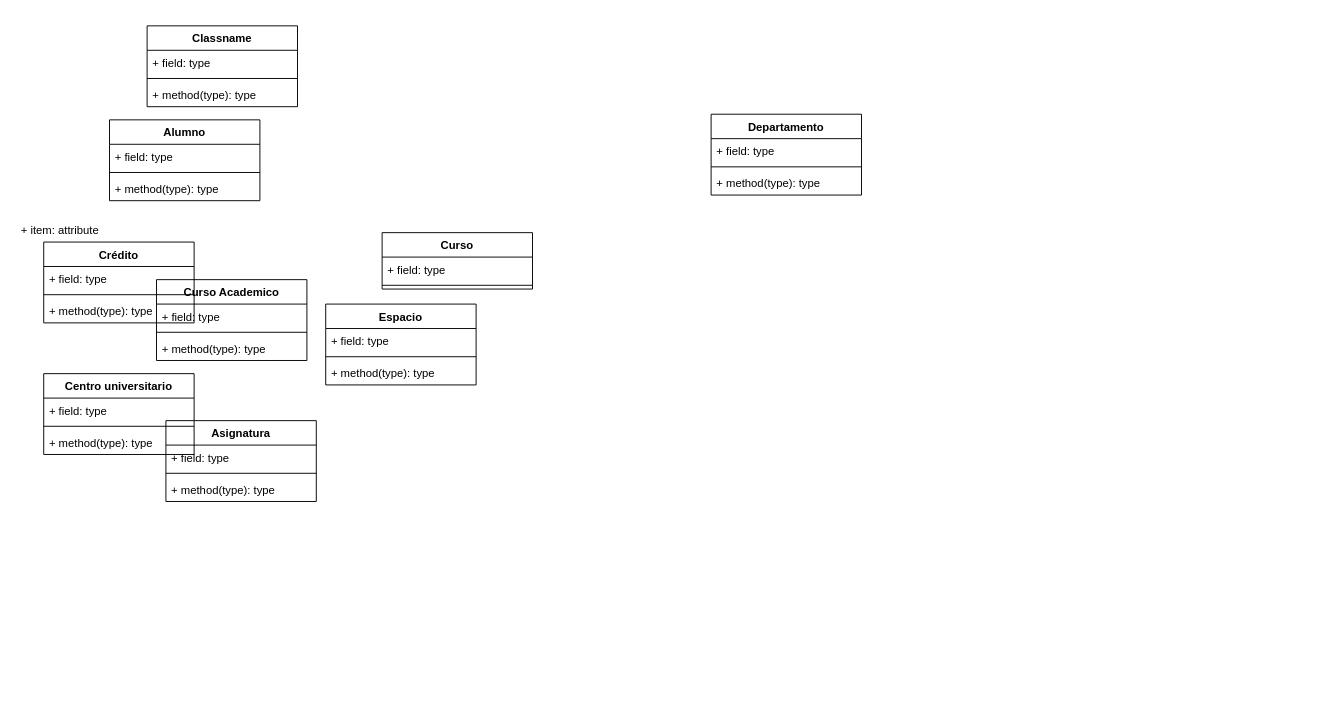
albertobemo7/Draw.io keeps this draw.io diagram as Untitled Diagram.drawio. Above is the earlier version. Source tidied: cells renumbered, new cells numbered last; positions are measured from the earlier drawing's top-left corner, leaving out a move shared by most shapes. Both pictures are drawn from the tidied source at 94%, with x=0, y=0 at pixel (15, 25).
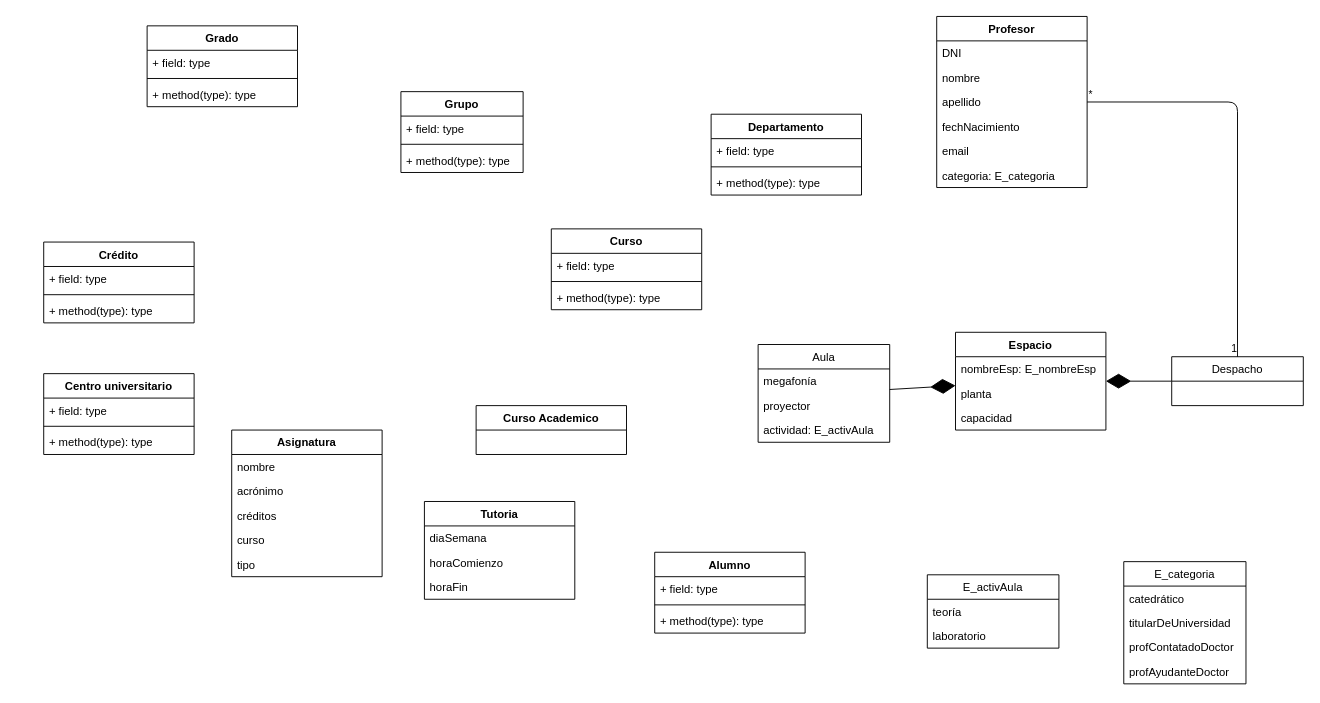
The same diagram, later.

Commit message:
E1-ISSI-1_albbenmor

Change to the diagram source:
```diff
@@
     <mxCell id="2" value="Alumno" style="swimlane;fontStyle=1;align=center;verticalAlign=top;horizontal=1;startSize=26;" parent="1" vertex="1">
-      <mxGeometry x="100" y="100" width="160" height="86" as="geometry" />
+      <mxGeometry x="680" y="560" width="160" height="86" as="geometry" />
     </mxCell>
@@
     <mxCell id="6" value="Curso Academico" style="swimlane;fontStyle=1;align=center;verticalAlign=top;horizontal=1;startSize=26;" parent="1" vertex="1">
-      <mxGeometry x="150" y="270" width="160" height="86" as="geometry" />
+      <mxGeometry x="490" y="404" width="160" height="52" as="geometry" />
     </mxCell>
-    <mxCell id="7" value="+ field: type" style="text;strokeColor=none;fillColor=none;align=left;verticalAlign=top;spacingLeft=4;spacingRight=4;overflow=hidden;" parent="6" vertex="1">
-      <mxGeometry y="26" width="160" height="26" as="geometry" />
-    </mxCell>
-    <mxCell id="8" style="line;strokeWidth=1;fillColor=none;align=left;verticalAlign=middle;spacingTop=-1;spacingLeft=3;spacingRight=3;labelPosition=right;" parent="6" vertex="1">
-      <mxGeometry y="52" width="160" height="8" as="geometry" />
-    </mxCell>
-    <mxCell id="9" value="+ method(type): type" style="text;strokeColor=none;fillColor=none;align=left;verticalAlign=top;spacingLeft=4;spacingRight=4;overflow=hidden;" parent="6" vertex="1">
-      <mxGeometry y="60" width="160" height="26" as="geometry" />
-    </mxCell>
     <mxCell id="10" value="Asignatura" style="swimlane;fontStyle=1;align=center;verticalAlign=top;horizontal=1;startSize=26;" parent="1" vertex="1">
-      <mxGeometry x="160" y="420" width="160" height="86" as="geometry" />
+      <mxGeometry x="230" y="430" width="160" height="156" as="geometry" />
     </mxCell>
+    <mxCell id="38" value="nombre" style="text;strokeColor=none;fillColor=none;align=left;verticalAlign=top;spacingLeft=4;spacingRight=4;overflow=hidden;" parent="10" vertex="1">
+      <mxGeometry y="26" width="160" height="26" as="geometry" />
+    </mxCell>
+    <mxCell id="39" value="acrónimo" style="text;strokeColor=none;fillColor=none;align=left;verticalAlign=top;spacingLeft=4;spacingRight=4;overflow=hidden;" parent="10" vertex="1">
+      <mxGeometry y="52" width="160" height="26" as="geometry" />
+    </mxCell>
+    <mxCell id="40" value="créditos" style="text;strokeColor=none;fillColor=none;align=left;verticalAlign=top;spacingLeft=4;spacingRight=4;overflow=hidden;" parent="10" vertex="1">
+      <mxGeometry y="78" width="160" height="26" as="geometry" />
+    </mxCell>
+    <mxCell id="41" value="curso" style="text;strokeColor=none;fillColor=none;align=left;verticalAlign=top;spacingLeft=4;spacingRight=4;overflow=hidden;" parent="10" vertex="1">
+      <mxGeometry y="104" width="160" height="26" as="geometry" />
+    </mxCell>
-    <mxCell id="11" value="+ field: type" style="text;strokeColor=none;fillColor=none;align=left;verticalAlign=top;spacingLeft=4;spacingRight=4;overflow=hidden;" parent="10" vertex="1">
-      <mxGeometry y="26" width="160" height="26" as="geometry" />
+    <mxCell id="11" value="tipo" style="text;strokeColor=none;fillColor=none;align=left;verticalAlign=top;spacingLeft=4;spacingRight=4;overflow=hidden;" parent="10" vertex="1">
+      <mxGeometry y="130" width="160" height="26" as="geometry" />
     </mxCell>
-    <mxCell id="12" style="line;strokeWidth=1;fillColor=none;align=left;verticalAlign=middle;spacingTop=-1;spacingLeft=3;spacingRight=3;labelPosition=right;" parent="10" vertex="1">
-      <mxGeometry y="52" width="160" height="8" as="geometry" />
-    </mxCell>
-    <mxCell id="13" value="+ method(type): type" style="text;strokeColor=none;fillColor=none;align=left;verticalAlign=top;spacingLeft=4;spacingRight=4;overflow=hidden;" parent="10" vertex="1">
-      <mxGeometry y="60" width="160" height="26" as="geometry" />
-    </mxCell>
-    <mxCell id="14" value="Classname" style="swimlane;fontStyle=1;align=center;verticalAlign=top;horizontal=1;startSize=26;" parent="1" vertex="1">
+    <mxCell id="14" value="Grado" style="swimlane;fontStyle=1;align=center;verticalAlign=top;horizontal=1;startSize=26;" parent="1" vertex="1">
       <mxGeometry x="140" width="160" height="86" as="geometry" />
     </mxCell>
@@
-    <mxCell id="26" value="Curso" style="swimlane;fontStyle=1;align=center;verticalAlign=top;horizontal=1;startSize=26;" parent="1" vertex="1">
-      <mxGeometry x="390" y="220" width="160" height="60" as="geometry" />
-    </mxCell>
-    <mxCell id="27" value="+ field: type" style="text;strokeColor=none;fillColor=none;align=left;verticalAlign=top;spacingLeft=4;spacingRight=4;overflow=hidden;" parent="26" vertex="1">
-      <mxGeometry y="26" width="160" height="26" as="geometry" />
-    </mxCell>
-    <mxCell id="28" style="line;strokeWidth=1;fillColor=none;align=left;verticalAlign=middle;spacingTop=-1;spacingLeft=3;spacingRight=3;labelPosition=right;" parent="26" vertex="1">
-      <mxGeometry y="52" width="160" height="8" as="geometry" />
-    </mxCell>
-    <mxCell id="29" value="+ item: attribute" style="text;strokeColor=none;fillColor=none;align=left;verticalAlign=top;spacingLeft=4;spacingRight=4;overflow=hidden;" parent="1" vertex="1">
-      <mxGeometry y="204" width="100" height="26" as="geometry" />
-    </mxCell>
     <mxCell id="30" value="Espacio" style="swimlane;fontStyle=1;align=center;verticalAlign=top;horizontal=1;startSize=26;" parent="1" vertex="1">
-      <mxGeometry x="330" y="296" width="160" height="86" as="geometry" />
+      <mxGeometry x="1000" y="326" width="160" height="104" as="geometry" />
     </mxCell>
+    <mxCell id="42" value="nombreEsp: E_nombreEsp" style="text;strokeColor=none;fillColor=none;align=left;verticalAlign=top;spacingLeft=4;spacingRight=4;overflow=hidden;" parent="30" vertex="1">
+      <mxGeometry y="26" width="160" height="26" as="geometry" />
+    </mxCell>
+    <mxCell id="43" value="planta" style="text;strokeColor=none;fillColor=none;align=left;verticalAlign=top;spacingLeft=4;spacingRight=4;overflow=hidden;" parent="30" vertex="1">
+      <mxGeometry y="52" width="160" height="26" as="geometry" />
+    </mxCell>
-    <mxCell id="31" value="+ field: type" style="text;strokeColor=none;fillColor=none;align=left;verticalAlign=top;spacingLeft=4;spacingRight=4;overflow=hidden;" parent="30" vertex="1">
-      <mxGeometry y="26" width="160" height="26" as="geometry" />
+    <mxCell id="31" value="capacidad" style="text;strokeColor=none;fillColor=none;align=left;verticalAlign=top;spacingLeft=4;spacingRight=4;overflow=hidden;" parent="30" vertex="1">
+      <mxGeometry y="78" width="160" height="26" as="geometry" />
     </mxCell>
-    <mxCell id="32" style="line;strokeWidth=1;fillColor=none;align=left;verticalAlign=middle;spacingTop=-1;spacingLeft=3;spacingRight=3;labelPosition=right;" parent="30" vertex="1">
-      <mxGeometry y="52" width="160" height="8" as="geometry" />
-    </mxCell>
-    <mxCell id="33" value="+ method(type): type" style="text;strokeColor=none;fillColor=none;align=left;verticalAlign=top;spacingLeft=4;spacingRight=4;overflow=hidden;" parent="30" vertex="1">
-      <mxGeometry y="60" width="160" height="26" as="geometry" />
-    </mxCell>
@@
+    <mxCell id="44" value="Grupo" style="swimlane;fontStyle=1;align=center;verticalAlign=top;horizontal=1;startSize=26;" parent="1" vertex="1">
+      <mxGeometry x="410" y="70" width="130" height="86" as="geometry" />
+    </mxCell>
+    <mxCell id="45" value="+ field: type" style="text;strokeColor=none;fillColor=none;align=left;verticalAlign=top;spacingLeft=4;spacingRight=4;overflow=hidden;" parent="44" vertex="1">
+      <mxGeometry y="26" width="130" height="26" as="geometry" />
+    </mxCell>
+    <mxCell id="46" style="line;strokeWidth=1;fillColor=none;align=left;verticalAlign=middle;spacingTop=-1;spacingLeft=3;spacingRight=3;labelPosition=right;" parent="44" vertex="1">
+      <mxGeometry y="52" width="130" height="8" as="geometry" />
+    </mxCell>
+    <mxCell id="47" value="+ method(type): type" style="text;strokeColor=none;fillColor=none;align=left;verticalAlign=top;spacingLeft=4;spacingRight=4;overflow=hidden;" parent="44" vertex="1">
+      <mxGeometry y="60" width="130" height="26" as="geometry" />
+    </mxCell>
+    <mxCell id="48" value="Profesor" style="swimlane;fontStyle=1;align=center;verticalAlign=top;horizontal=1;startSize=26;" parent="1" vertex="1">
+      <mxGeometry x="980" y="-10" width="160" height="182" as="geometry" />
+    </mxCell>
+    <mxCell id="49" value="DNI" style="text;strokeColor=none;fillColor=none;align=left;verticalAlign=top;spacingLeft=4;spacingRight=4;overflow=hidden;" parent="48" vertex="1">
+      <mxGeometry y="26" width="160" height="26" as="geometry" />
+    </mxCell>
+    <mxCell id="50" value="nombre" style="text;strokeColor=none;fillColor=none;align=left;verticalAlign=top;spacingLeft=4;spacingRight=4;overflow=hidden;" parent="48" vertex="1">
+      <mxGeometry y="52" width="160" height="26" as="geometry" />
+    </mxCell>
+    <mxCell id="51" value="apellido" style="text;strokeColor=none;fillColor=none;align=left;verticalAlign=top;spacingLeft=4;spacingRight=4;overflow=hidden;" parent="48" vertex="1">
+      <mxGeometry y="78" width="160" height="26" as="geometry" />
+    </mxCell>
+    <mxCell id="52" value="fechNacimiento" style="text;strokeColor=none;fillColor=none;align=left;verticalAlign=top;spacingLeft=4;spacingRight=4;overflow=hidden;" parent="48" vertex="1">
+      <mxGeometry y="104" width="160" height="26" as="geometry" />
+    </mxCell>
+    <mxCell id="53" value="email" style="text;strokeColor=none;fillColor=none;align=left;verticalAlign=top;spacingLeft=4;spacingRight=4;overflow=hidden;" parent="48" vertex="1">
+      <mxGeometry y="130" width="160" height="26" as="geometry" />
+    </mxCell>
+    <mxCell id="54" value="categoria: E_categoria" style="text;strokeColor=none;fillColor=none;align=left;verticalAlign=top;spacingLeft=4;spacingRight=4;overflow=hidden;" parent="48" vertex="1">
+      <mxGeometry y="156" width="160" height="26" as="geometry" />
+    </mxCell>
+    <mxCell id="55" value="Tutoria" style="swimlane;fontStyle=1;align=center;verticalAlign=top;horizontal=1;startSize=26;" parent="1" vertex="1">
+      <mxGeometry x="435" y="506" width="160" height="104" as="geometry" />
+    </mxCell>
+    <mxCell id="56" value="diaSemana" style="text;strokeColor=none;fillColor=none;align=left;verticalAlign=top;spacingLeft=4;spacingRight=4;overflow=hidden;" parent="55" vertex="1">
+      <mxGeometry y="26" width="160" height="26" as="geometry" />
+    </mxCell>
+    <mxCell id="57" value="horaComienzo" style="text;strokeColor=none;fillColor=none;align=left;verticalAlign=top;spacingLeft=4;spacingRight=4;overflow=hidden;" parent="55" vertex="1">
+      <mxGeometry y="52" width="160" height="26" as="geometry" />
+    </mxCell>
+    <mxCell id="58" value="horaFin" style="text;strokeColor=none;fillColor=none;align=left;verticalAlign=top;spacingLeft=4;spacingRight=4;overflow=hidden;" parent="55" vertex="1">
+      <mxGeometry y="78" width="160" height="26" as="geometry" />
+    </mxCell>
+    <mxCell id="26" value="Curso" style="swimlane;fontStyle=1;align=center;verticalAlign=top;horizontal=1;startSize=26;" parent="1" vertex="1">
+      <mxGeometry x="570" y="216" width="160" height="86" as="geometry" />
+    </mxCell>
+    <mxCell id="59" value="+ field: type" style="text;strokeColor=none;fillColor=none;align=left;verticalAlign=top;spacingLeft=4;spacingRight=4;overflow=hidden;" parent="26" vertex="1">
+      <mxGeometry y="26" width="160" height="26" as="geometry" />
+    </mxCell>
+    <mxCell id="60" style="line;strokeWidth=1;fillColor=none;align=left;verticalAlign=middle;spacingTop=-1;spacingLeft=3;spacingRight=3;labelPosition=right;" parent="26" vertex="1">
+      <mxGeometry y="52" width="160" height="8" as="geometry" />
+    </mxCell>
+    <mxCell id="61" value="+ method(type): type" style="text;strokeColor=none;fillColor=none;align=left;verticalAlign=top;spacingLeft=4;spacingRight=4;overflow=hidden;" parent="26" vertex="1">
+      <mxGeometry y="60" width="160" height="26" as="geometry" />
+    </mxCell>
+    <mxCell id="62" value="E_categoria" style="swimlane;fontStyle=0;horizontal=1;startSize=26;fillColor=none;" parent="1" vertex="1">
+      <mxGeometry x="1179" y="570" width="130" height="130" as="geometry" />
+    </mxCell>
+    <mxCell id="63" value="catedrático" style="text;strokeColor=none;fillColor=none;align=left;verticalAlign=top;spacingLeft=4;spacingRight=4;overflow=hidden;" parent="62" vertex="1">
+      <mxGeometry y="26" width="130" height="26" as="geometry" />
+    </mxCell>
+    <mxCell id="64" value="titularDeUniversidad" style="text;strokeColor=none;fillColor=none;align=left;verticalAlign=top;spacingLeft=4;spacingRight=4;overflow=hidden;" parent="62" vertex="1">
+      <mxGeometry y="52" width="130" height="26" as="geometry" />
+    </mxCell>
+    <mxCell id="65" value="profContatadoDoctor" style="text;strokeColor=none;fillColor=none;align=left;verticalAlign=top;spacingLeft=4;spacingRight=4;overflow=hidden;" parent="62" vertex="1">
+      <mxGeometry y="78" width="130" height="26" as="geometry" />
+    </mxCell>
+    <mxCell id="66" value="profAyudanteDoctor" style="text;strokeColor=none;fillColor=none;align=left;verticalAlign=top;spacingLeft=4;spacingRight=4;overflow=hidden;" parent="62" vertex="1">
+      <mxGeometry y="104" width="130" height="26" as="geometry" />
+    </mxCell>
+    <mxCell id="67" value="Aula" style="swimlane;fontStyle=0;horizontal=1;startSize=26;fillColor=none;" parent="1" vertex="1">
+      <mxGeometry x="790" y="339" width="140" height="104" as="geometry" />
+    </mxCell>
+    <mxCell id="68" value="megafonía" style="text;strokeColor=none;fillColor=none;align=left;verticalAlign=top;spacingLeft=4;spacingRight=4;overflow=hidden;" parent="67" vertex="1">
+      <mxGeometry y="26" width="140" height="26" as="geometry" />
+    </mxCell>
+    <mxCell id="69" value="proyector" style="text;strokeColor=none;fillColor=none;align=left;verticalAlign=top;spacingLeft=4;spacingRight=4;overflow=hidden;" parent="67" vertex="1">
+      <mxGeometry y="52" width="140" height="26" as="geometry" />
+    </mxCell>
+    <mxCell id="70" value="actividad: E_activAula" style="text;strokeColor=none;fillColor=none;align=left;verticalAlign=top;spacingLeft=4;spacingRight=4;overflow=hidden;" parent="67" vertex="1">
+      <mxGeometry y="78" width="140" height="26" as="geometry" />
+    </mxCell>
+    <mxCell id="71" value="Despacho" style="swimlane;fontStyle=0;horizontal=1;startSize=26;fillColor=none;" parent="1" vertex="1">
+      <mxGeometry x="1230" y="352" width="140" height="52" as="geometry" />
+    </mxCell>
+    <mxCell id="72" style="endArrow=diamondThin;endFill=1;endSize=24;html=1;" parent="1" edge="1" source="71" target="30">
+      <mxGeometry relative="1" as="geometry" />
+    </mxCell>
+    <mxCell id="73" style="endArrow=diamondThin;endFill=1;endSize=24;html=1;" parent="1" edge="1" source="67" target="30">
+      <mxGeometry relative="1" as="geometry" />
+    </mxCell>
+    <mxCell id="74" style="endArrow=none;html=1;edgeStyle=orthogonalEdgeStyle;" parent="1" edge="1" source="48" target="71">
+      <mxGeometry relative="1" as="geometry" />
+    </mxCell>
+    <mxCell id="75" value="*" style="edgeLabel;html=1;align=left;verticalAlign=bottom;" parent="74" vertex="1">
+      <mxGeometry x="-1" relative="1" as="geometry" />
+    </mxCell>
+    <mxCell id="76" value="1" style="edgeLabel;html=1;align=right;verticalAlign=bottom;" parent="74" vertex="1">
+      <mxGeometry x="1" relative="1" as="geometry" />
+    </mxCell>
+    <mxCell id="77" value="E_activAula" style="swimlane;fontStyle=0;horizontal=1;startSize=26;fillColor=none;" parent="1" vertex="1">
+      <mxGeometry x="970" y="584" width="140" height="78" as="geometry" />
+    </mxCell>
+    <mxCell id="78" value="teoría" style="text;strokeColor=none;fillColor=none;align=left;verticalAlign=top;spacingLeft=4;spacingRight=4;overflow=hidden;" parent="77" vertex="1">
+      <mxGeometry y="26" width="140" height="26" as="geometry" />
+    </mxCell>
+    <mxCell id="79" value="laboratorio" style="text;strokeColor=none;fillColor=none;align=left;verticalAlign=top;spacingLeft=4;spacingRight=4;overflow=hidden;" parent="77" vertex="1">
+      <mxGeometry y="52" width="140" height="26" as="geometry" />
+    </mxCell>
```
